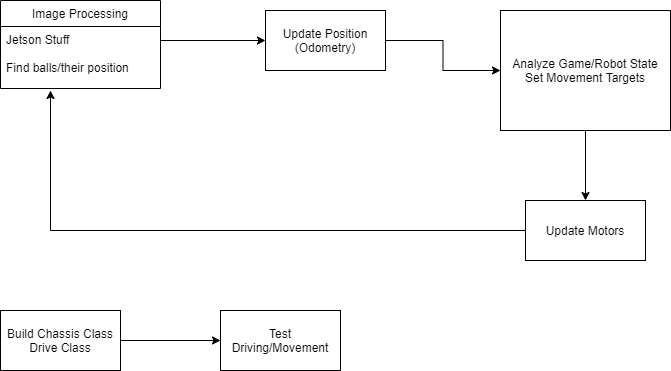
This is VEX AI Flowchart.png from LordofMankid/VEX-AI-Code-8568X, a draw.io export, as it was before one commit. Source tidied: cells renumbered, new cells last; positions are measured from the earlier drawing's top-left corner, leaving out a move shared by most shapes.
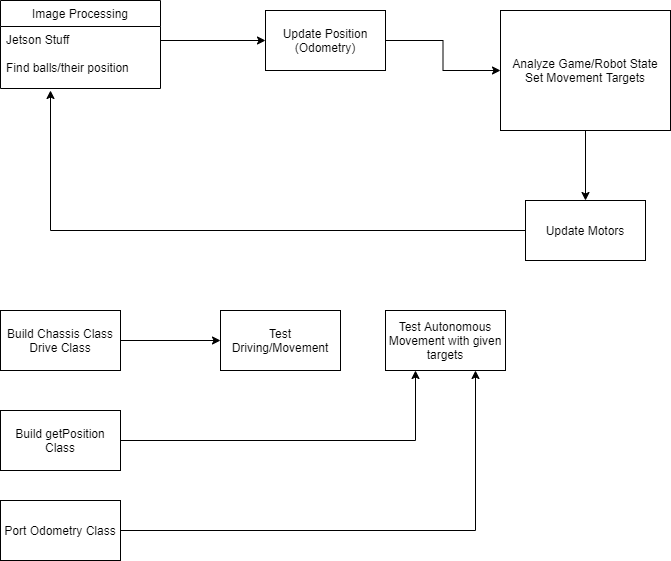
Above is the later version.

Change to the diagram source:
```diff
@@ -45,5 +45,20 @@
     <mxCell id="14" value="Test Driving/Movement" style="rounded=0;whiteSpace=wrap;html=1;" parent="1" vertex="1">
       <mxGeometry x="220" y="310" width="120" height="60" as="geometry" />
     </mxCell>
+    <mxCell id="15" style="edgeStyle=orthogonalEdgeStyle;rounded=0;jettySize=auto;html=1;entryX=0.25;entryY=1;entryDx=0;entryDy=0;" parent="1" edge="1" source="16" target="19">
+      <mxGeometry relative="1" as="geometry" />
+    </mxCell>
+    <mxCell id="16" value="Build getPosition Class" style="rounded=0;whiteSpace=wrap;html=1;" parent="1" vertex="1">
+      <mxGeometry y="410" width="120" height="60" as="geometry" />
+    </mxCell>
+    <mxCell id="17" style="edgeStyle=orthogonalEdgeStyle;rounded=0;jettySize=auto;html=1;entryX=0.75;entryY=1;entryDx=0;entryDy=0;" parent="1" edge="1" source="18" target="19">
+      <mxGeometry relative="1" as="geometry" />
+    </mxCell>
+    <mxCell id="18" value="Port Odometry Class" style="rounded=0;whiteSpace=wrap;html=1;" parent="1" vertex="1">
+      <mxGeometry y="500" width="120" height="60" as="geometry" />
+    </mxCell>
+    <mxCell id="19" value="Test Autonomous Movement with given targets" style="rounded=0;whiteSpace=wrap;html=1;" parent="1" vertex="1">
+      <mxGeometry x="385" y="310" width="120" height="60" as="geometry" />
+    </mxCell>
   </root>
 </mxGraphModel>
```
